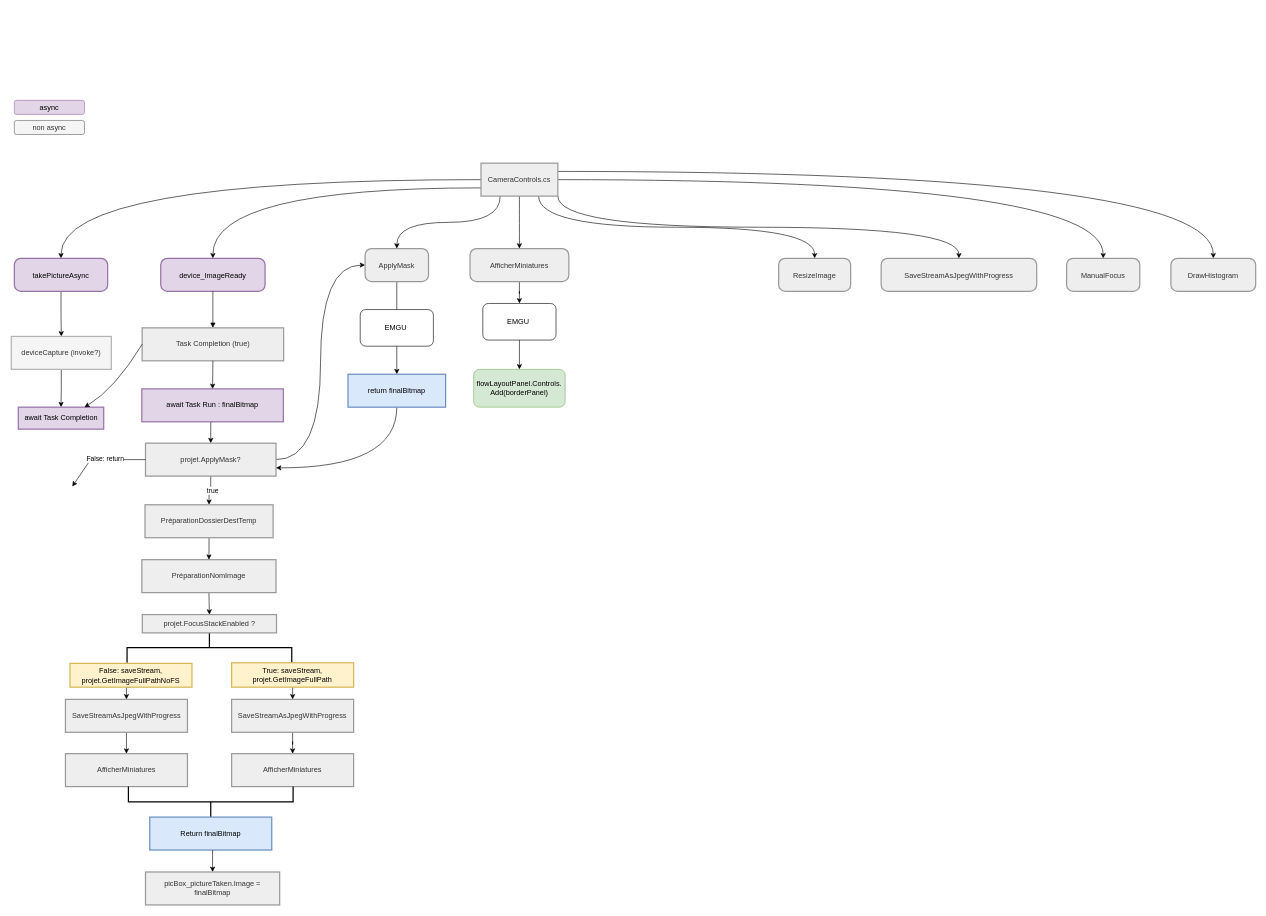
Earlier version of the draw.io diagram page "CameraControls" (1 of 2) of Diagrammes/Aerolithe.drawio (PatGeoff/Aerolithe). Source tidied: cells renumbered, new cells numbered last; positions are measured from the earlier drawing's top-left corner, leaving out a move shared by most shapes. Both pictures are drawn from the tidied source at 61%, with x=0, y=0 at pixel (11, 100).
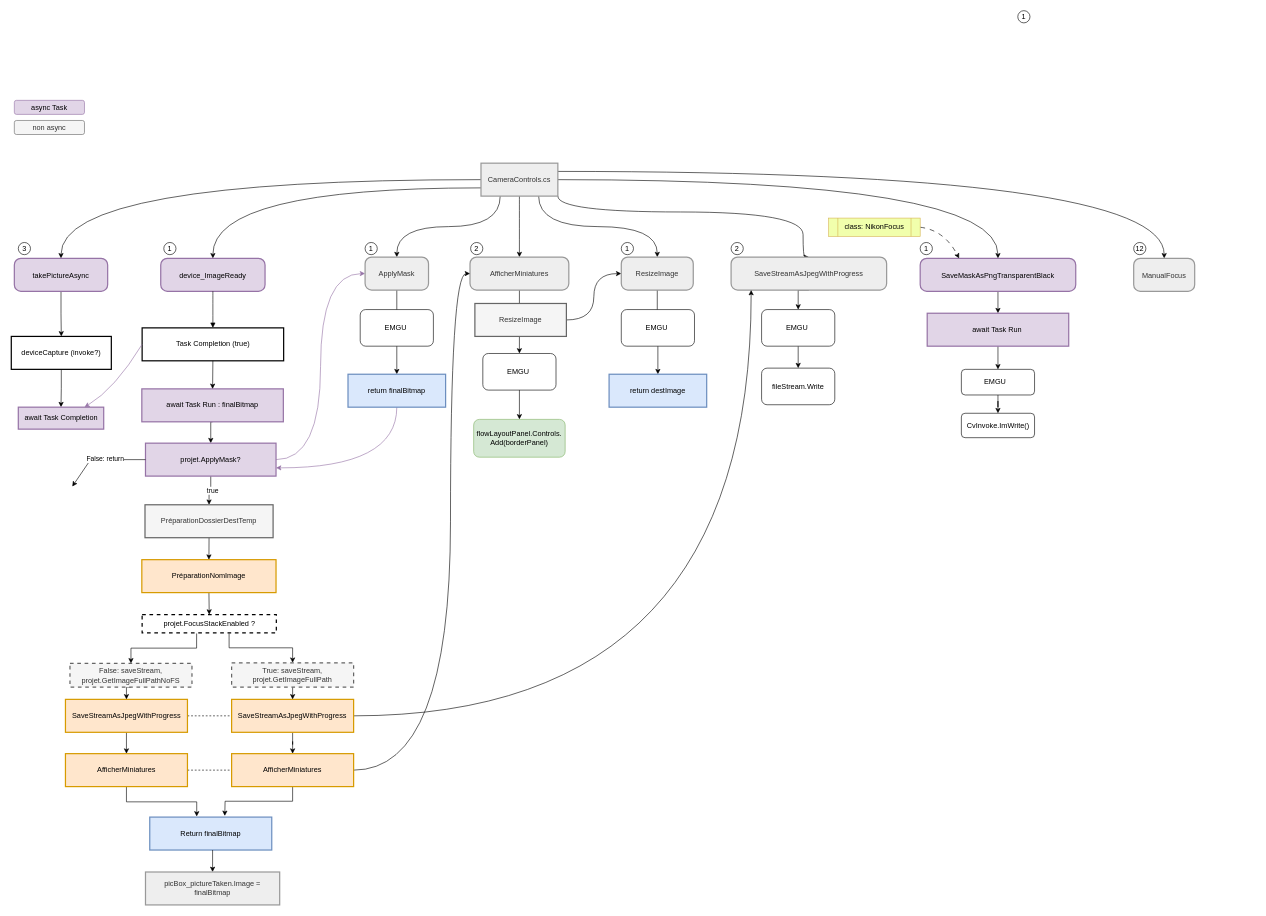
The same diagram, later.

Commit message:
Mise à jour Aerolithe.drawio

The change refers to these unchanged cells:
```xml
<mxCell id="10" value="CameraControls.cs" style="whiteSpace=wrap;strokeWidth=2;fillColor=light-dark(#eeeeee,#1f2020);strokeColor=light-dark(#999999,#cccccc);fontColor=light-dark(#333333,#cccccc);" parent="1" vertex="1">
  <mxGeometry x="770" y="103" width="126" height="54" as="geometry" />
</mxCell>
<mxCell id="55" value="Return finalBitmap" style="whiteSpace=wrap;strokeWidth=2;fillColor=#dae8fc;strokeColor=#6c8ebf;" parent="1" vertex="1">
  <mxGeometry x="227" y="1175" width="200" height="54" as="geometry" />
</mxCell>
<mxCell id="60" value="return finalBitmap" style="whiteSpace=wrap;strokeWidth=2;fillColor=#dae8fc;strokeColor=#6c8ebf;" parent="1" vertex="1">
  <mxGeometry x="552" y="449" width="160" height="54" as="geometry" />
</mxCell>
```

What changed in the source:
```diff
@@
     <mxCell id="7" style="edgeStyle=orthogonalEdgeStyle;rounded=0;jettySize=auto;html=1;exitX=1;exitY=1;exitDx=0;exitDy=0;entryX=0.5;entryY=0;entryDx=0;entryDy=0;curved=1;" parent="1" edge="1" source="10" target="30">
-      <mxGeometry relative="1" as="geometry" />
+      <mxGeometry relative="1" as="geometry">
+        <Array as="points">
+          <mxPoint x="896" y="183" />
+          <mxPoint x="1298" y="183" />
+        </Array>
+      </mxGeometry>
     </mxCell>
-    <mxCell id="8" style="edgeStyle=orthogonalEdgeStyle;rounded=0;jettySize=auto;html=1;exitX=1;exitY=0.5;exitDx=0;exitDy=0;curved=1;" parent="1" edge="1" source="10" target="31">
+    <mxCell id="8" style="edgeStyle=orthogonalEdgeStyle;rounded=0;jettySize=auto;html=1;exitX=1;exitY=0.5;exitDx=0;exitDy=0;curved=1;entryX=0.5;entryY=0;entryDx=0;entryDy=0;" parent="1" edge="1" source="10" target="83">
       <mxGeometry relative="1" as="geometry" />
     </mxCell>
-    <mxCell id="9" style="edgeStyle=orthogonalEdgeStyle;rounded=0;jettySize=auto;html=1;exitX=1;exitY=0.25;exitDx=0;exitDy=0;curved=1;" parent="1" edge="1" source="10" target="32">
+    <mxCell id="9" style="edgeStyle=orthogonalEdgeStyle;rounded=0;jettySize=auto;html=1;exitX=1;exitY=0.25;exitDx=0;exitDy=0;curved=1;entryX=0.5;entryY=0;entryDx=0;entryDy=0;" parent="1" edge="1" source="10" target="31">
       <mxGeometry relative="1" as="geometry" />
     </mxCell>
@@
-    <mxCell id="14" value="deviceCapture (invoke?)" style="whiteSpace=wrap;strokeWidth=2;strokeColor=#B3B3B3;fillColor=#f5f5f5;fontColor=#333333;" parent="1" vertex="1">
+    <mxCell id="14" value="deviceCapture (invoke?)" style="whiteSpace=wrap;strokeWidth=2;" parent="1" vertex="1">
       <mxGeometry y="387" width="164" height="54" as="geometry" />
     </mxCell>
@@
-    <mxCell id="21" style="edgeStyle=orthogonalEdgeStyle;rounded=0;jettySize=auto;html=1;exitX=1;exitY=0.5;exitDx=0;exitDy=0;entryX=0;entryY=0.5;entryDx=0;entryDy=0;curved=1;" parent="1" edge="1" source="22" target="26">
+    <mxCell id="21" style="edgeStyle=orthogonalEdgeStyle;rounded=0;jettySize=auto;html=1;exitX=1;exitY=0.5;exitDx=0;exitDy=0;entryX=0;entryY=0.5;entryDx=0;entryDy=0;curved=1;fillColor=#e1d5e7;strokeColor=#9673a6;" parent="1" edge="1" source="22" target="26">
       <mxGeometry relative="1" as="geometry" />
     </mxCell>
-    <mxCell id="22" value="projet.ApplyMask?" style="whiteSpace=wrap;strokeWidth=2;fillColor=light-dark(#eeeeee,#1f2020);strokeColor=light-dark(#999999,#cccccc);fontColor=light-dark(#333333,#cccccc);" parent="1" vertex="1">
+    <mxCell id="22" value="projet.ApplyMask?" style="whiteSpace=wrap;strokeWidth=2;fillColor=#e1d5e7;strokeColor=#9673a6;" parent="1" vertex="1">
       <mxGeometry x="220" y="562" width="214" height="54" as="geometry" />
     </mxCell>
@@
-    <mxCell id="24" value="PréparationDossierDestTemp" style="whiteSpace=wrap;strokeWidth=2;fillColor=light-dark(#eeeeee,#1f2020);strokeColor=light-dark(#999999,#cccccc);fontColor=light-dark(#333333,#cccccc);" parent="1" vertex="1">
+    <mxCell id="24" value="PréparationDossierDestTemp" style="whiteSpace=wrap;strokeWidth=2;fillColor=#f5f5f5;strokeColor=#666666;fontColor=#333333;" parent="1" vertex="1">
       <mxGeometry x="219.2" y="663" width="210" height="54" as="geometry" />
     </mxCell>
@@
     <mxCell id="26" value="ApplyMask" style="rounded=1;arcSize=20;strokeWidth=2;fillColor=light-dark(#eeeeee,#1f2020);strokeColor=light-dark(#999999,#cccccc);fontColor=light-dark(#333333,#cccccc);" parent="1" vertex="1">
-      <mxGeometry x="580" y="243" width="104" height="54" as="geometry" />
+      <mxGeometry x="580" y="257" width="104" height="54" as="geometry" />
     </mxCell>
@@
     <mxCell id="28" value="AfficherMiniatures" style="rounded=1;arcSize=20;strokeWidth=2;fillColor=light-dark(#eeeeee,#1f2020);strokeColor=light-dark(#999999,#cccccc);fontColor=light-dark(#333333,#cccccc);" parent="1" vertex="1">
-      <mxGeometry x="752" y="243" width="162" height="54" as="geometry" />
+      <mxGeometry x="752" y="257" width="162" height="54" as="geometry" />
     </mxCell>
-    <mxCell id="29" value="ResizeImage" style="rounded=1;arcSize=20;strokeWidth=2;fillColor=light-dark(#eeeeee,#1f2020);strokeColor=light-dark(#999999,#cccccc);fontColor=light-dark(#333333,#cccccc);" parent="1" vertex="1">
-      <mxGeometry x="1258" y="259" width="118" height="54" as="geometry" />
-    </mxCell>
+    <mxCell id="65" style="edgeStyle=orthogonalEdgeStyle;rounded=0;jettySize=auto;html=1;exitX=0.5;exitY=1;exitDx=0;exitDy=0;entryX=0.5;entryY=0;entryDx=0;entryDy=0;" parent="1" edge="1" source="30" target="80">
+      <mxGeometry relative="1" as="geometry" />
+    </mxCell>
     <mxCell id="30" value="SaveStreamAsJpegWithProgress" style="rounded=1;arcSize=20;strokeWidth=2;fillColor=light-dark(#eeeeee,#1f2020);strokeColor=light-dark(#999999,#cccccc);fontColor=light-dark(#333333,#cccccc);" parent="1" vertex="1">
-      <mxGeometry x="1426" y="259" width="255" height="54" as="geometry" />
+      <mxGeometry x="1180" y="257" width="255" height="54" as="geometry" />
     </mxCell>
-    <mxCell id="31" value="ManualFocus" style="rounded=1;arcSize=20;strokeWidth=2;fillColor=light-dark(#eeeeee,#1f2020);strokeColor=light-dark(#999999,#cccccc);fontColor=light-dark(#333333,#cccccc);" parent="1" vertex="1">
-      <mxGeometry x="1730" y="259" width="120" height="54" as="geometry" />
-    </mxCell>
-    <mxCell id="32" value="DrawHistogram" style="rounded=1;arcSize=20;strokeWidth=2;fillColor=light-dark(#eeeeee,#1f2020);strokeColor=light-dark(#999999,#cccccc);fontColor=light-dark(#333333,#cccccc);" parent="1" vertex="1">
-      <mxGeometry x="1901" y="259" width="139" height="54" as="geometry" />
-    </mxCell>
@@
-    <mxCell id="34" value="Task Completion (true)" style="whiteSpace=wrap;strokeWidth=2;fillColor=light-dark(#eeeeee,#1f2020);strokeColor=light-dark(#999999,#cccccc);fontColor=light-dark(#333333,#cccccc);" parent="1" vertex="1">
+    <mxCell id="34" value="Task Completion (true)" style="whiteSpace=wrap;strokeWidth=2;" parent="1" vertex="1">
       <mxGeometry x="214.5" y="373" width="232" height="54" as="geometry" />
     </mxCell>
-    <mxCell id="35" value="async" style="rounded=1;whiteSpace=wrap;html=1;fillColor=#e1d5e7;strokeColor=#9673a6;" parent="1" vertex="1">
+    <mxCell id="35" value="async Task" style="rounded=1;whiteSpace=wrap;html=1;fillColor=#e1d5e7;strokeColor=#9673a6;" parent="1" vertex="1">
       <mxGeometry x="5" width="115" height="23" as="geometry" />
     </mxCell>
-    <mxCell id="36" style="endArrow=classic;html=1;rounded=0;exitX=0;exitY=0.5;exitDx=0;exitDy=0;curved=1;" parent="1" edge="1" source="34">
+    <mxCell id="36" style="endArrow=classic;html=1;rounded=0;exitX=0;exitY=0.5;exitDx=0;exitDy=0;curved=1;fillColor=#e1d5e7;strokeColor=#9673a6;" parent="1" edge="1" source="34">
       <mxGeometry relative="1" as="geometry">
         <mxPoint x="120" y="503" as="targetPoint" />
         <Array as="points">
           <mxPoint x="170" y="473" />
         </Array>
       </mxGeometry>
     </mxCell>
@@
-    <mxCell id="39" value="PréparationNomImage" style="whiteSpace=wrap;strokeWidth=2;fillColor=light-dark(#eeeeee,#1f2020);strokeColor=light-dark(#999999,#cccccc);fontColor=light-dark(#333333,#cccccc);" parent="1" vertex="1">
+    <mxCell id="39" value="PréparationNomImage" style="whiteSpace=wrap;strokeWidth=2;fillColor=#ffe6cc;strokeColor=#d79b00;" parent="1" vertex="1">
       <mxGeometry x="214" y="753" width="220" height="54" as="geometry" />
     </mxCell>
-    <mxCell id="40" style="strokeWidth=2;html=1;shape=mxgraph.flowchart.annotation_2;align=left;labelPosition=right;direction=south;" parent="1" vertex="1">
-      <mxGeometry x="189.8" y="872" width="270" height="50" as="geometry" />
-    </mxCell>
+    <mxCell id="66" style="edgeStyle=orthogonalEdgeStyle;rounded=0;jettySize=auto;html=1;exitX=0.406;exitY=1.033;exitDx=0;exitDy=0;entryX=0.5;entryY=0;entryDx=0;entryDy=0;exitPerimeter=0;" parent="1" edge="1" source="41" target="49">
+      <mxGeometry relative="1" as="geometry" />
+    </mxCell>
+    <mxCell id="67" style="edgeStyle=orthogonalEdgeStyle;rounded=0;jettySize=auto;html=1;exitX=0.648;exitY=1.033;exitDx=0;exitDy=0;entryX=0.5;entryY=0;entryDx=0;entryDy=0;exitPerimeter=0;" parent="1" edge="1" source="41" target="51">
+      <mxGeometry relative="1" as="geometry" />
+    </mxCell>
-    <mxCell id="41" value="projet.FocusStackEnabled ?" style="whiteSpace=wrap;strokeWidth=2;fillColor=light-dark(#eeeeee,#1f2020);strokeColor=light-dark(#999999,#cccccc);fontColor=light-dark(#333333,#cccccc);" parent="1" vertex="1">
-      <mxGeometry x="214.8" y="843" width="220" height="30" as="geometry" />
+    <mxCell id="41" value="projet.FocusStackEnabled ?" style="whiteSpace=wrap;strokeWidth=2;dashed=1;" parent="1" vertex="1">
+      <mxGeometry x="214.5" y="843" width="220" height="30" as="geometry" />
     </mxCell>
@@
+    <mxCell id="68" style="edgeStyle=orthogonalEdgeStyle;rounded=0;jettySize=auto;html=1;exitX=1;exitY=0.5;exitDx=0;exitDy=0;dashed=1;endArrow=none;endFill=0;" parent="1" edge="1" source="43">
+      <mxGeometry relative="1" as="geometry">
+        <mxPoint x="360" y="1009" as="targetPoint" />
+      </mxGeometry>
+    </mxCell>
-    <mxCell id="43" value="SaveStreamAsJpegWithProgress" style="whiteSpace=wrap;strokeWidth=2;fillColor=light-dark(#eeeeee,#1f2020);strokeColor=light-dark(#999999,#cccccc);fontColor=light-dark(#333333,#cccccc);" parent="1" vertex="1">
+    <mxCell id="43" value="SaveStreamAsJpegWithProgress" style="whiteSpace=wrap;strokeWidth=2;fillColor=#ffe6cc;strokeColor=#d79b00;" parent="1" vertex="1">
       <mxGeometry x="88.8" y="982" width="200" height="54" as="geometry" />
     </mxCell>
+    <mxCell id="69" style="edgeStyle=orthogonalEdgeStyle;rounded=0;jettySize=auto;html=1;exitX=1;exitY=0.5;exitDx=0;exitDy=0;entryX=0;entryY=0.5;entryDx=0;entryDy=0;endArrow=none;endFill=0;dashed=1;" parent="1" edge="1" source="44" target="47">
+      <mxGeometry relative="1" as="geometry" />
+    </mxCell>
+    <mxCell id="70" style="edgeStyle=orthogonalEdgeStyle;rounded=0;jettySize=auto;html=1;exitX=0.5;exitY=1;exitDx=0;exitDy=0;entryX=0.385;entryY=-0.019;entryDx=0;entryDy=0;entryPerimeter=0;" parent="1" edge="1" source="44" target="55">
+      <mxGeometry relative="1" as="geometry" />
+    </mxCell>
-    <mxCell id="44" value="AfficherMiniatures" style="whiteSpace=wrap;strokeWidth=2;fillColor=light-dark(#eeeeee,#1f2020);strokeColor=light-dark(#999999,#cccccc);fontColor=light-dark(#333333,#cccccc);" parent="1" vertex="1">
+    <mxCell id="44" value="AfficherMiniatures" style="whiteSpace=wrap;strokeWidth=2;fillColor=#ffe6cc;strokeColor=#d79b00;" parent="1" vertex="1">
       <mxGeometry x="88.8" y="1071" width="200" height="54" as="geometry" />
     </mxCell>
@@
+    <mxCell id="71" style="edgeStyle=orthogonalEdgeStyle;rounded=0;jettySize=auto;html=1;exitX=1;exitY=0.5;exitDx=0;exitDy=0;entryX=0.129;entryY=1;entryDx=0;entryDy=0;curved=1;entryPerimeter=0;" parent="1" edge="1" source="46" target="30">
+      <mxGeometry relative="1" as="geometry" />
+    </mxCell>
-    <mxCell id="46" value="SaveStreamAsJpegWithProgress" style="whiteSpace=wrap;strokeWidth=2;fillColor=light-dark(#eeeeee,#1f2020);strokeColor=light-dark(#999999,#cccccc);fontColor=light-dark(#333333,#cccccc);" parent="1" vertex="1">
+    <mxCell id="46" value="SaveStreamAsJpegWithProgress" style="whiteSpace=wrap;strokeWidth=2;fillColor=#ffe6cc;strokeColor=#d79b00;" parent="1" vertex="1">
       <mxGeometry x="361.2" y="982" width="200" height="54" as="geometry" />
     </mxCell>
+    <mxCell id="72" style="edgeStyle=orthogonalEdgeStyle;rounded=0;jettySize=auto;html=1;exitX=0.5;exitY=1;exitDx=0;exitDy=0;" parent="1" edge="1" source="47">
+      <mxGeometry relative="1" as="geometry">
+        <mxPoint x="350" y="1173" as="targetPoint" />
+      </mxGeometry>
+    </mxCell>
+    <mxCell id="73" style="edgeStyle=orthogonalEdgeStyle;rounded=0;jettySize=auto;html=1;exitX=1;exitY=0.5;exitDx=0;exitDy=0;entryX=0;entryY=0.5;entryDx=0;entryDy=0;curved=1;" parent="1" edge="1" source="47" target="28">
+      <mxGeometry relative="1" as="geometry">
+        <Array as="points">
+          <mxPoint x="720" y="1098" />
+          <mxPoint x="720" y="284" />
+        </Array>
+      </mxGeometry>
+    </mxCell>
-    <mxCell id="47" value="AfficherMiniatures" style="whiteSpace=wrap;strokeWidth=2;fillColor=light-dark(#eeeeee,#1f2020);strokeColor=light-dark(#999999,#cccccc);fontColor=light-dark(#333333,#cccccc);" parent="1" vertex="1">
+    <mxCell id="47" value="AfficherMiniatures" style="whiteSpace=wrap;strokeWidth=2;fillColor=#ffe6cc;strokeColor=#d79b00;" parent="1" vertex="1">
       <mxGeometry x="361.2" y="1071" width="200" height="54" as="geometry" />
     </mxCell>
@@
-    <mxCell id="49" value="False: saveStream, projet.GetImageFullPathNoFS" style="whiteSpace=wrap;strokeWidth=2;fillColor=#fff2cc;strokeColor=#d6b656;" parent="1" vertex="1">
+    <mxCell id="49" value="False: saveStream, projet.GetImageFullPathNoFS" style="whiteSpace=wrap;strokeWidth=2;fillColor=#f5f5f5;strokeColor=#666666;fontColor=#333333;dashed=1;" parent="1" vertex="1">
       <mxGeometry x="96.2" y="923" width="200" height="39" as="geometry" />
     </mxCell>
@@
-    <mxCell id="51" value="True: saveStream, projet.GetImageFullPath" style="whiteSpace=wrap;strokeWidth=2;fillColor=#fff2cc;strokeColor=#d6b656;" parent="1" vertex="1">
+    <mxCell id="51" value="True: saveStream, projet.GetImageFullPath" style="whiteSpace=wrap;strokeWidth=2;fillColor=#f5f5f5;strokeColor=#666666;fontColor=#333333;dashed=1;" parent="1" vertex="1">
       <mxGeometry x="361.2" y="922" width="200" height="40" as="geometry" />
     </mxCell>
@@
-    <mxCell id="54" style="strokeWidth=2;html=1;shape=mxgraph.flowchart.annotation_2;align=left;labelPosition=right;direction=north;" parent="1" vertex="1">
-      <mxGeometry x="192" y="1125" width="270" height="50" as="geometry" />
-    </mxCell>
@@
-    <mxCell id="59" style="edgeStyle=orthogonalEdgeStyle;rounded=0;jettySize=auto;html=1;exitX=0.5;exitY=1;exitDx=0;exitDy=0;entryX=1;entryY=0.75;entryDx=0;entryDy=0;curved=1;" parent="1" edge="1" source="60" target="22">
+    <mxCell id="59" style="edgeStyle=orthogonalEdgeStyle;rounded=0;jettySize=auto;html=1;exitX=0.5;exitY=1;exitDx=0;exitDy=0;entryX=1;entryY=0.75;entryDx=0;entryDy=0;curved=1;fillColor=#e1d5e7;strokeColor=#9673a6;" parent="1" edge="1" source="60" target="22">
       <mxGeometry relative="1" as="geometry" />
     </mxCell>
@@
     <mxCell id="63" value="EMGU&amp;nbsp;" style="rounded=1;whiteSpace=wrap;html=1;" parent="1" vertex="1">
-      <mxGeometry x="773" y="333" width="120" height="60" as="geometry" />
+      <mxGeometry x="773" y="415" width="120" height="60" as="geometry" />
     </mxCell>
     <mxCell id="64" value="flowLayoutPanel.Controls.&lt;div&gt;Add(borderPanel)&lt;/div&gt;" style="rounded=1;html=1;fillColor=#d5e8d4;strokeColor=#82b366;whiteSpace=wrap;convertToSvg=0;svgWhiteSpace=wrap;autosizeText=0;fontSize=12;align=center;horizontal=1;" parent="1" vertex="1">
-      <mxGeometry x="758" y="441" width="150" height="62" as="geometry" />
+      <mxGeometry x="758" y="523" width="150" height="62" as="geometry" />
     </mxCell>
+    <mxCell id="74" style="edgeStyle=orthogonalEdgeStyle;rounded=0;jettySize=auto;html=1;exitX=0.5;exitY=1;exitDx=0;exitDy=0;entryX=0.5;entryY=0;entryDx=0;entryDy=0;" parent="1" edge="1" source="29" target="75">
+      <mxGeometry relative="1" as="geometry" />
+    </mxCell>
+    <mxCell id="75" value="return destImage" style="whiteSpace=wrap;strokeWidth=2;fillColor=#dae8fc;strokeColor=#6c8ebf;" parent="1" vertex="1">
+      <mxGeometry x="980" y="449" width="160" height="54" as="geometry" />
+    </mxCell>
+    <mxCell id="76" value="EMGU&amp;nbsp;" style="rounded=1;whiteSpace=wrap;html=1;" parent="1" vertex="1">
+      <mxGeometry x="1000" y="343" width="120" height="60" as="geometry" />
+    </mxCell>
+    <mxCell id="77" style="edgeStyle=orthogonalEdgeStyle;rounded=0;jettySize=auto;html=1;exitX=1;exitY=0.5;exitDx=0;exitDy=0;entryX=0;entryY=0.5;entryDx=0;entryDy=0;curved=1;" parent="1" edge="1" source="78" target="29">
+      <mxGeometry relative="1" as="geometry" />
+    </mxCell>
+    <mxCell id="78" value="ResizeImage" style="whiteSpace=wrap;strokeWidth=2;fillColor=#f5f5f5;strokeColor=#666666;fontColor=#333333;" parent="1" vertex="1">
+      <mxGeometry x="760" y="333" width="150" height="54" as="geometry" />
+    </mxCell>
+    <mxCell id="79" style="edgeStyle=orthogonalEdgeStyle;rounded=0;jettySize=auto;html=1;exitX=0.5;exitY=1;exitDx=0;exitDy=0;entryX=0.5;entryY=0;entryDx=0;entryDy=0;" parent="1" edge="1" source="80" target="81">
+      <mxGeometry relative="1" as="geometry" />
+    </mxCell>
+    <mxCell id="80" value="EMGU&amp;nbsp;" style="rounded=1;whiteSpace=wrap;html=1;" parent="1" vertex="1">
+      <mxGeometry x="1230" y="343" width="120" height="60" as="geometry" />
+    </mxCell>
+    <mxCell id="81" value="fileStream.Write" style="rounded=1;whiteSpace=wrap;html=1;" parent="1" vertex="1">
+      <mxGeometry x="1230" y="439" width="120" height="60" as="geometry" />
+    </mxCell>
+    <mxCell id="82" style="edgeStyle=orthogonalEdgeStyle;rounded=0;jettySize=auto;html=1;exitX=0.5;exitY=1;exitDx=0;exitDy=0;entryX=0.5;entryY=0;entryDx=0;entryDy=0;" parent="1" edge="1" source="83" target="85">
+      <mxGeometry relative="1" as="geometry" />
+    </mxCell>
+    <mxCell id="83" value="SaveMaskAsPngTransparentBlack" style="rounded=1;arcSize=20;strokeWidth=2;fillColor=#e1d5e7;strokeColor=#9673a6;" parent="1" vertex="1">
+      <mxGeometry x="1490" y="259" width="255" height="54" as="geometry" />
+    </mxCell>
+    <mxCell id="29" value="ResizeImage" style="rounded=1;arcSize=20;strokeWidth=2;fillColor=light-dark(#eeeeee,#1f2020);strokeColor=light-dark(#999999,#cccccc);fontColor=light-dark(#333333,#cccccc);" parent="1" vertex="1">
+      <mxGeometry x="1000" y="257" width="118" height="54" as="geometry" />
+    </mxCell>
+    <mxCell id="31" value="ManualFocus" style="rounded=1;arcSize=20;strokeWidth=2;fillColor=light-dark(#eeeeee,#1f2020);strokeColor=light-dark(#999999,#cccccc);fontColor=light-dark(#333333,#cccccc);" parent="1" vertex="1">
+      <mxGeometry x="1840" y="259" width="100" height="54" as="geometry" />
+    </mxCell>
+    <mxCell id="84" style="edgeStyle=orthogonalEdgeStyle;rounded=0;jettySize=auto;html=1;exitX=0.5;exitY=1;exitDx=0;exitDy=0;entryX=0.5;entryY=0;entryDx=0;entryDy=0;" parent="1" edge="1" source="85" target="87">
+      <mxGeometry relative="1" as="geometry" />
+    </mxCell>
+    <mxCell id="85" value="await Task Run " style="whiteSpace=wrap;strokeWidth=2;fillColor=#e1d5e7;strokeColor=#9673a6;" parent="1" vertex="1">
+      <mxGeometry x="1501.5" y="349" width="232" height="54" as="geometry" />
+    </mxCell>
+    <mxCell id="86" style="edgeStyle=orthogonalEdgeStyle;rounded=0;jettySize=auto;html=1;exitX=0.5;exitY=1;exitDx=0;exitDy=0;" parent="1" edge="1" source="87" target="88">
+      <mxGeometry relative="1" as="geometry" />
+    </mxCell>
+    <mxCell id="87" value="EMGU &amp;nbsp;&amp;nbsp;" style="rounded=1;whiteSpace=wrap;html=1;" parent="1" vertex="1">
+      <mxGeometry x="1557.5" y="441" width="120" height="42" as="geometry" />
+    </mxCell>
+    <mxCell id="88" value="CvInvoke.ImWrite()" style="rounded=1;whiteSpace=wrap;html=1;" parent="1" vertex="1">
+      <mxGeometry x="1557.5" y="513" width="120" height="40" as="geometry" />
+    </mxCell>
+    <mxCell id="89" style="endArrow=classic;html=1;rounded=0;entryX=0.25;entryY=0;entryDx=0;entryDy=0;exitX=1;exitY=0.5;exitDx=0;exitDy=0;curved=1;dashed=1;dashPattern=8 8;" parent="1" edge="1" source="90" target="83">
+      <mxGeometry relative="1" as="geometry">
+        <Array as="points">
+          <mxPoint x="1530" y="213" />
+        </Array>
+      </mxGeometry>
+    </mxCell>
+    <mxCell id="90" value="class: NikonFocus" style="shape=process;whiteSpace=wrap;html=1;backgroundOutline=1;fillColor=#F1FFAC;strokeColor=#d6b656;" parent="1" vertex="1">
+      <mxGeometry x="1340" y="193" width="150" height="30" as="geometry" />
+    </mxCell>
+    <mxCell id="91" value="1" style="ellipse;whiteSpace=wrap;html=1;" parent="1" vertex="1">
+      <mxGeometry x="250" y="233" width="20" height="20" as="geometry" />
+    </mxCell>
+    <mxCell id="92" value="1" style="ellipse;whiteSpace=wrap;html=1;" parent="1" vertex="1">
+      <mxGeometry x="580" y="233" width="20" height="20" as="geometry" />
+    </mxCell>
+    <mxCell id="93" value="2" style="ellipse;whiteSpace=wrap;html=1;" parent="1" vertex="1">
+      <mxGeometry x="753" y="233" width="20" height="20" as="geometry" />
+    </mxCell>
+    <mxCell id="94" value="1" style="ellipse;whiteSpace=wrap;html=1;" parent="1" vertex="1">
+      <mxGeometry x="1000" y="233" width="20" height="20" as="geometry" />
+    </mxCell>
+    <mxCell id="95" value="2" style="ellipse;whiteSpace=wrap;html=1;" parent="1" vertex="1">
+      <mxGeometry x="1180" y="233" width="20" height="20" as="geometry" />
+    </mxCell>
+    <mxCell id="96" value="1" style="ellipse;whiteSpace=wrap;html=1;" parent="1" vertex="1">
+      <mxGeometry x="1490" y="233" width="20" height="20" as="geometry" />
+    </mxCell>
+    <mxCell id="97" value="12" style="ellipse;whiteSpace=wrap;html=1;" parent="1" vertex="1">
+      <mxGeometry x="1840" y="233" width="20" height="20" as="geometry" />
+    </mxCell>
+    <mxCell id="98" value="1" style="ellipse;whiteSpace=wrap;html=1;" parent="1" vertex="1">
+      <mxGeometry x="1650" y="-147" width="20" height="20" as="geometry" />
+    </mxCell>
+    <mxCell id="99" value="3" style="ellipse;whiteSpace=wrap;html=1;" parent="1" vertex="1">
+      <mxGeometry x="11.5" y="233" width="20" height="20" as="geometry" />
+    </mxCell>
```
